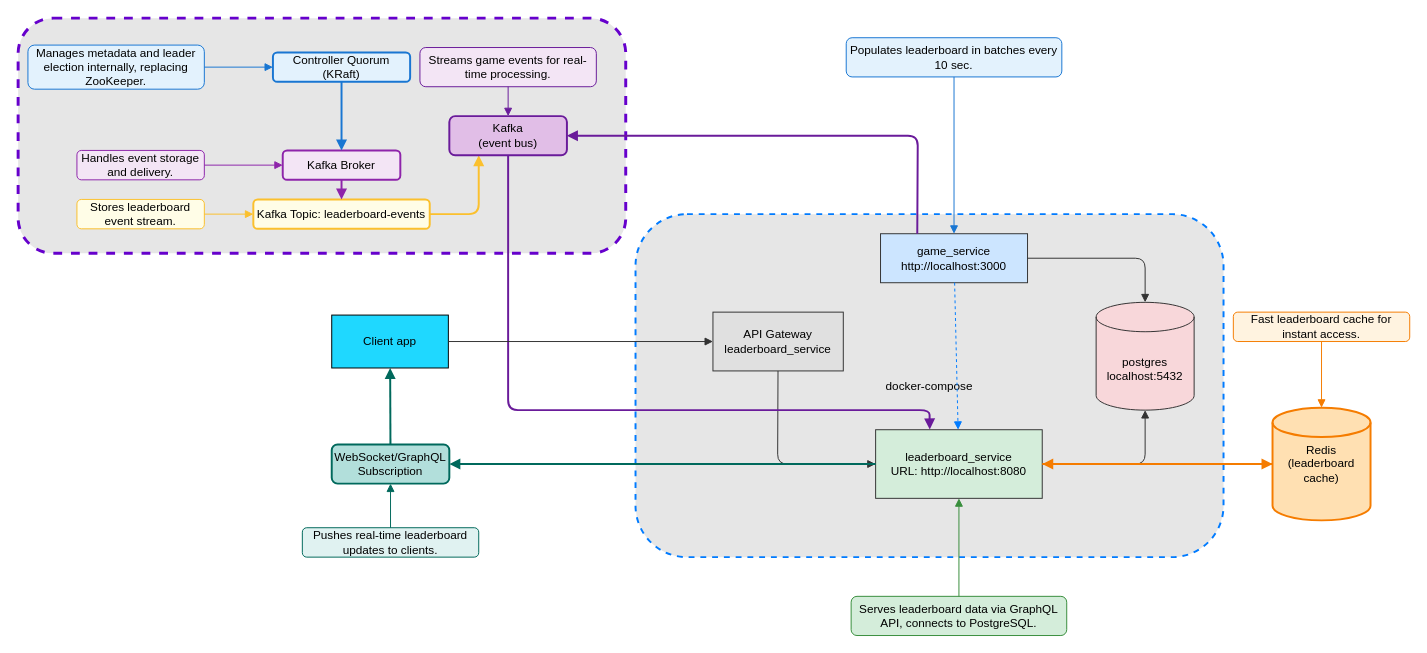
bishnutimalsina1/realtime_leaderboard keeps this draw.io diagram as pipeline_updated.drawio. Above is the earlier version. Source tidied: cells renumbered, new cells numbered last; positions are measured from the earlier drawing's top-left corner, leaving out a move shared by most shapes. Both pictures are drawn from the tidied source at 98%, with x=0, y=0 at pixel (18, 18).
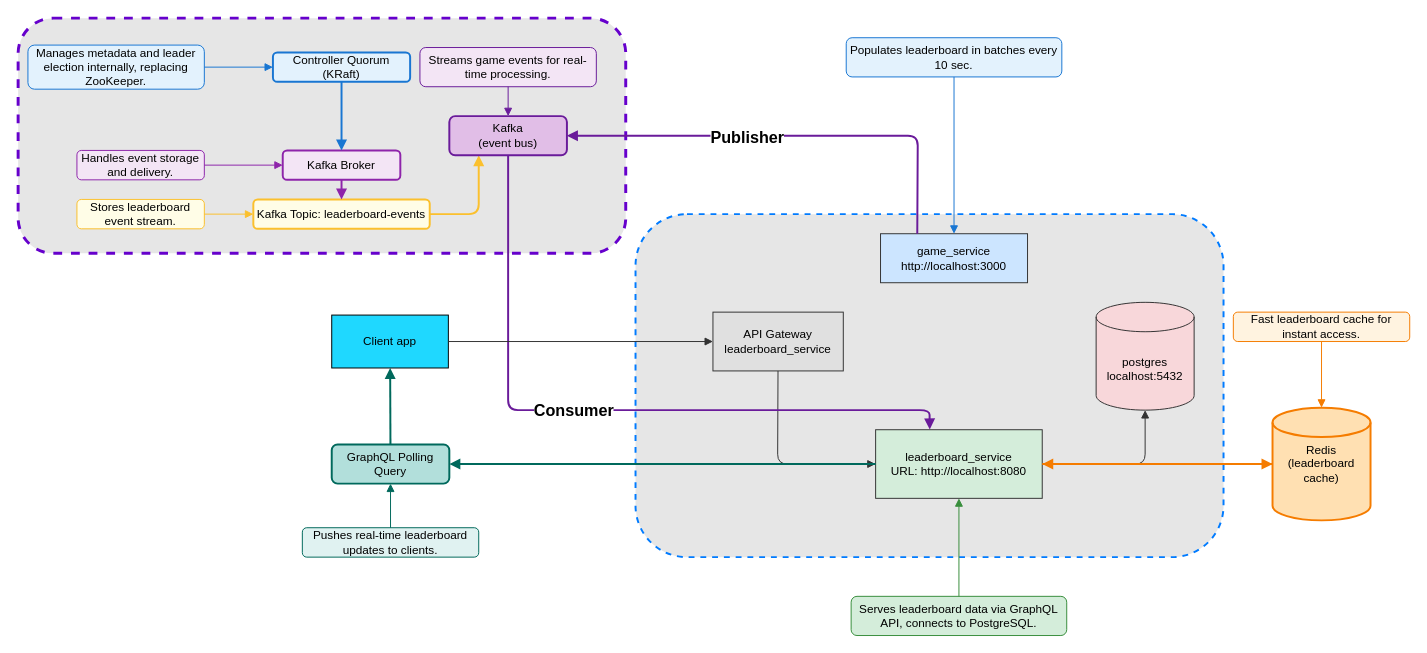
The same diagram, later.

The change refers to these unchanged cells:
```xml
<mxCell id="4" value="game_service&lt;br&gt;http://localhost:3000" style="rounded=0;whiteSpace=wrap;html=1;fillColor=#cce5ff;strokeColor=#333333;" parent="2" vertex="1">
  <mxGeometry x="250" y="20" width="150" height="50" as="geometry" />
</mxCell>
<mxCell id="5" value="leaderboard_service&lt;br&gt;URL: http://localhost:8080" style="rounded=0;whiteSpace=wrap;html=1;fillColor=#d4edda;strokeColor=#333333;" parent="2" vertex="1">
  <mxGeometry x="245" y="220" width="170" height="70" as="geometry" />
</mxCell>
<mxCell id="6" value="postgres&lt;br&gt;localhost:5432" style="shape=cylinder3;whiteSpace=wrap;html=1;boundedLbl=1;backgroundOutline=1;size=15;fillColor=#f8d7da;strokeColor=#333333;" parent="2" vertex="1">
  <mxGeometry x="470" y="90" width="100" height="110" as="geometry" />
</mxCell>
<mxCell id="27" style="edgeStyle=none;html=1;endArrow=block;strokeColor=#6a1b9a;strokeWidth=2;exitX=0.25;exitY=0;exitDx=0;exitDy=0;" parent="1" edge="1" source="4" target="24">
  <mxGeometry relative="1" as="geometry">
    <Array as="points">
      <mxPoint x="918" y="120" />
    </Array>
  </mxGeometry>
</mxCell>
<mxCell id="28" style="edgeStyle=none;html=1;endArrow=block;strokeColor=#6a1b9a;strokeWidth=2;entryX=0.325;entryY=-0.004;entryDx=0;entryDy=0;entryPerimeter=0;exitX=0.5;exitY=1;exitDx=0;exitDy=0;" parent="1" edge="1" source="24" target="5">
  <mxGeometry relative="1" as="geometry">
    <Array as="points">
      <mxPoint x="500" y="400" />
      <mxPoint x="930" y="400" />
    </Array>
  </mxGeometry>
</mxCell>
```

The edit, as a diff of the source:
```diff
@@
-    <mxCell id="2" value="docker-compose" style="rounded=1;strokeColor=#007bff;strokeWidth=2;dashed=1;fillColor=#E6E6E6;" parent="1" vertex="1">
+    <mxCell id="2" style="rounded=1;strokeColor=#007bff;strokeWidth=2;dashed=1;fillColor=#E6E6E6;" parent="1" vertex="1">
       <mxGeometry x="630" y="200" width="600" height="350" as="geometry" />
     </mxCell>
@@
-    <mxCell id="8" style="edgeStyle=none;html=1;endArrow=block;dashed=1;strokeColor=#007bff;" parent="2" edge="1" source="4" target="5">
-      <mxGeometry relative="1" as="geometry" />
-    </mxCell>
-    <mxCell id="9" style="edgeStyle=none;html=1;endArrow=block;strokeColor=#333333;exitX=1;exitY=0.5;exitDx=0;exitDy=0;entryX=0.5;entryY=0;entryDx=0;entryDy=0;entryPerimeter=0;" parent="2" edge="1" source="4" target="6">
-      <mxGeometry relative="1" as="geometry">
-        <Array as="points">
-          <mxPoint x="520" y="45" />
-        </Array>
-      </mxGeometry>
-    </mxCell>
@@
-    <mxCell id="26" value="WebSocket/GraphQL Subscription" style="rounded=1;whiteSpace=wrap;html=1;fillColor=#b2dfdb;strokeColor=#00695c;strokeWidth=2;" parent="1" vertex="1">
+    <mxCell id="26" value="GraphQL Polling Query" style="rounded=1;whiteSpace=wrap;html=1;fillColor=#b2dfdb;strokeColor=#00695c;strokeWidth=2;" parent="1" vertex="1">
       <mxGeometry x="320" y="435" width="120" height="40" as="geometry" />
     </mxCell>
@@
+    <mxCell id="45" value="&lt;h2&gt;Publisher&lt;/h2&gt;" style="edgeLabel;html=1;align=center;verticalAlign=middle;" parent="27" vertex="1">
+      <mxGeometry x="0.2" y="1" relative="1" as="geometry" />
+    </mxCell>
@@
+    <mxCell id="46" value="&lt;h2&gt;Consumer&lt;/h2&gt;" style="edgeLabel;html=1;align=center;verticalAlign=middle;" parent="28" vertex="1">
+      <mxGeometry x="-0.08" y="1" relative="1" as="geometry" />
+    </mxCell>
```
